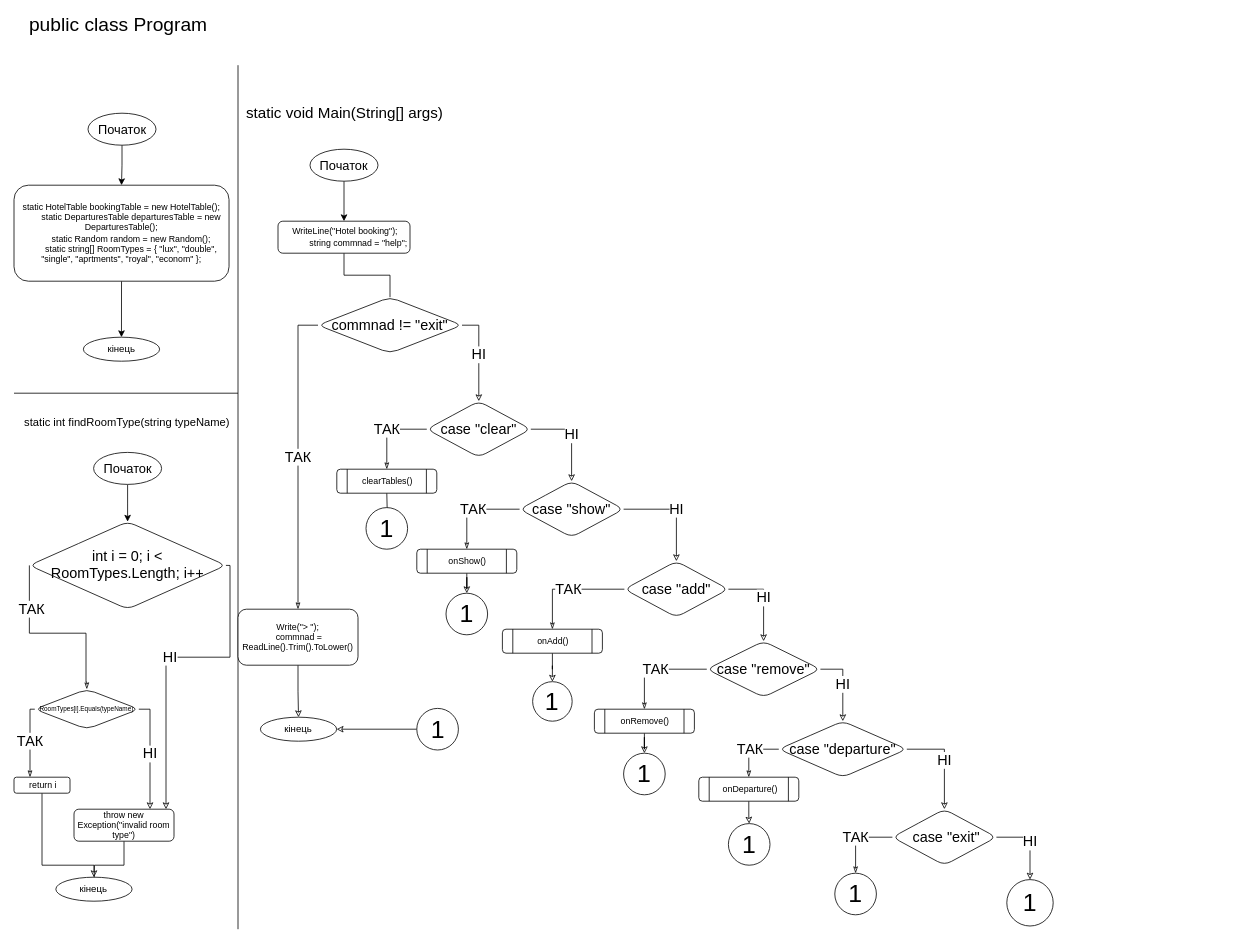
Before: asd_2 term/laba_7/laba7.drawio in IKatiaI/ads-nahorna-kp13, a draw.io diagram. Source tidied: cells renumbered, new cells numbered last; positions are measured from the earlier drawing's top-left corner, leaving out a move shared by most shapes. Both pictures are drawn from the tidied source at 80%, with x=0, y=0 at pixel (14, 17).
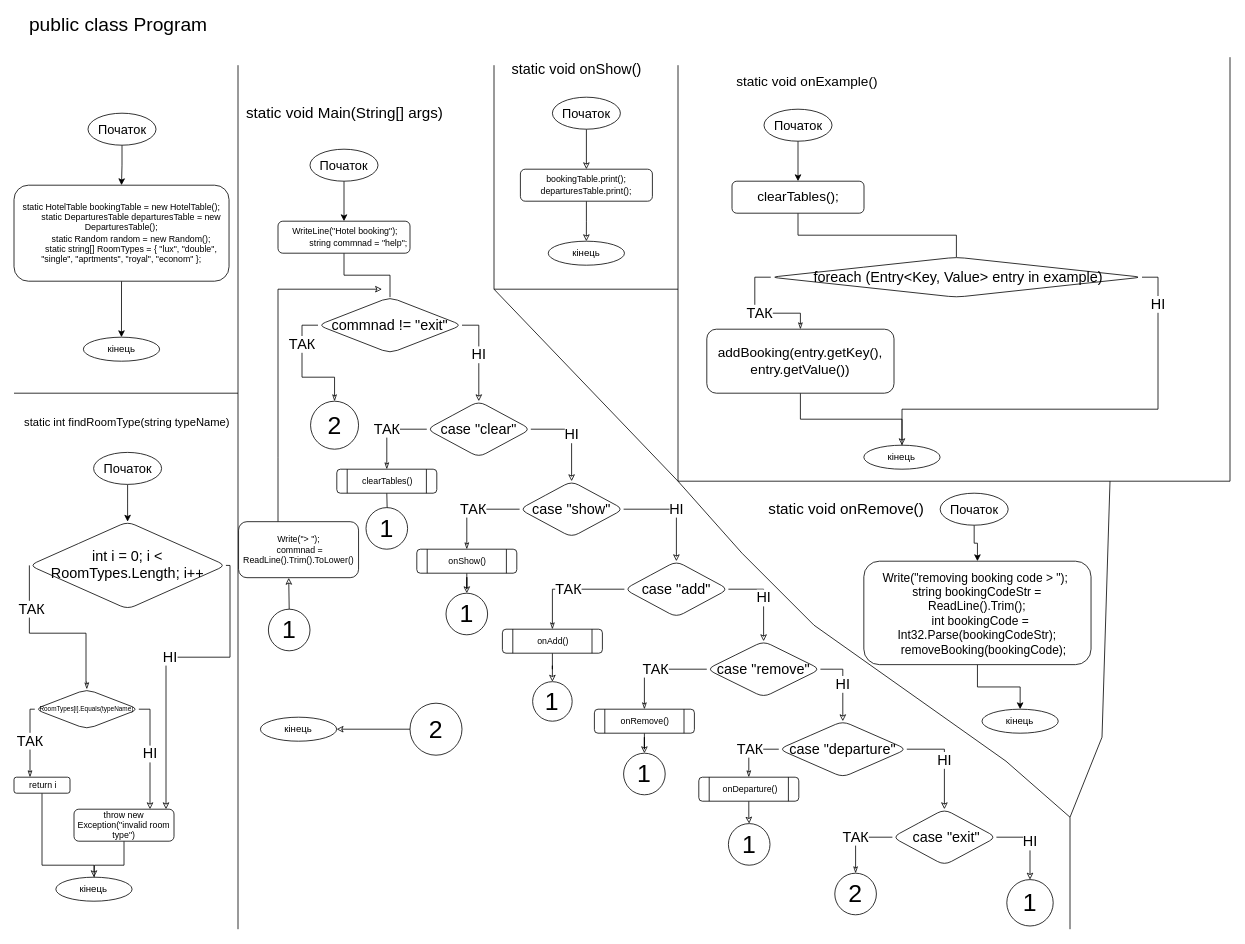
After the change.

Unchanged cells that the change refers to:
```xml
<mxCell id="16" value="commnad != &quot;exit&quot;" style="rhombus;whiteSpace=wrap;html=1;rounded=1;sketch=0;fontFamily=Helvetica;fontSize=18;fontColor=default;strokeColor=default;fillColor=default;" parent="1" vertex="1">
  <mxGeometry x="380" y="350" width="180" height="70" as="geometry" />
</mxCell>
<mxCell id="53" value="кінець" style="ellipse;whiteSpace=wrap;html=1;rounded=1;sketch=0;fontSize=12;" parent="1" vertex="1">
  <mxGeometry x="308" y="875" width="95.3" height="30" as="geometry" />
</mxCell>
```

Change to the diagram source:
```diff
@@
-    <mxCell id="14" value="ТАК" style="edgeStyle=orthogonalEdgeStyle;rounded=0;jettySize=auto;html=1;exitX=0;exitY=0.5;exitDx=0;exitDy=0;fontFamily=Helvetica;fontSize=18;fontColor=default;endArrow=classicThin;endFill=0;strokeWidth=1;" parent="1" edge="1" source="16" target="52">
-      <mxGeometry relative="1" as="geometry" />
+    <mxCell id="14" value="ТАК" style="edgeStyle=orthogonalEdgeStyle;rounded=0;jettySize=auto;html=1;exitX=0;exitY=0.5;exitDx=0;exitDy=0;fontFamily=Helvetica;fontSize=18;fontColor=default;endArrow=classicThin;endFill=0;strokeWidth=1;" parent="1" edge="1" source="16" target="99">
+      <mxGeometry x="-0.42" relative="1" as="geometry">
+        <mxPoint y="-1" as="offset" />
+      </mxGeometry>
     </mxCell>
@@
-    <mxCell id="35" value="&lt;font style=&quot;font-size: 31px&quot;&gt;1&lt;/font&gt;" style="ellipse;whiteSpace=wrap;html=1;rounded=1;sketch=0;fontFamily=Helvetica;fontSize=16;fontColor=default;strokeColor=default;fillColor=default;" parent="1" vertex="1">
+    <mxCell id="35" value="&lt;font style=&quot;font-size: 31px&quot;&gt;2&lt;/font&gt;" style="ellipse;whiteSpace=wrap;html=1;rounded=1;sketch=0;fontFamily=Helvetica;fontSize=16;fontColor=default;strokeColor=default;fillColor=default;" parent="1" vertex="1">
       <mxGeometry x="1026" y="1070" width="52" height="52" as="geometry" />
     </mxCell>
@@
-    <mxCell id="51" style="edgeStyle=orthogonalEdgeStyle;rounded=0;jettySize=auto;html=1;exitX=0.5;exitY=1;exitDx=0;exitDy=0;fontSize=11;endArrow=classic;endFill=0;" parent="1" edge="1" source="52" target="53">
-      <mxGeometry relative="1" as="geometry" />
-    </mxCell>
+    <mxCell id="72" style="edgeStyle=orthogonalEdgeStyle;rounded=0;jettySize=auto;html=1;fontSize=17;endArrow=classic;endFill=0;" parent="1" edge="1" source="52">
+      <mxGeometry relative="1" as="geometry">
+        <mxPoint x="460" y="340" as="targetPoint" />
+        <Array as="points">
+          <mxPoint x="330" y="550" />
+          <mxPoint x="330" y="550" />
+        </Array>
+      </mxGeometry>
+    </mxCell>
     <mxCell id="52" value="&lt;div&gt;Write(&quot;&amp;gt; &quot;);&lt;/div&gt;&lt;div style=&quot;&quot;&gt;&amp;nbsp;commnad = ReadLine().Trim().ToLower()&lt;/div&gt;" style="rounded=1;whiteSpace=wrap;html=1;fontSize=11;" parent="1" vertex="1">
-      <mxGeometry x="280" y="740" width="150" height="70" as="geometry" />
+      <mxGeometry x="280.7" y="630.6" width="150" height="70" as="geometry" />
     </mxCell>
@@
-    <mxCell id="54" style="edgeStyle=orthogonalEdgeStyle;rounded=0;jettySize=auto;html=1;exitX=0;exitY=0.5;exitDx=0;exitDy=0;fontSize=11;endArrow=classic;endFill=0;" parent="1" edge="1" source="55" target="53">
-      <mxGeometry relative="1" as="geometry" />
-    </mxCell>
+    <mxCell id="73" style="edgeStyle=orthogonalEdgeStyle;rounded=0;jettySize=auto;html=1;exitX=0.5;exitY=0;exitDx=0;exitDy=0;entryX=0.418;entryY=1.003;entryDx=0;entryDy=0;entryPerimeter=0;fontSize=17;endArrow=classic;endFill=0;" parent="1" edge="1" source="55" target="52">
+      <mxGeometry relative="1" as="geometry" />
+    </mxCell>
     <mxCell id="55" value="&lt;font style=&quot;font-size: 31px&quot;&gt;1&lt;/font&gt;" style="ellipse;whiteSpace=wrap;html=1;rounded=1;sketch=0;fontFamily=Helvetica;fontSize=16;fontColor=default;strokeColor=default;fillColor=default;" parent="1" vertex="1">
-      <mxGeometry x="503.5" y="864" width="52" height="52" as="geometry" />
+      <mxGeometry x="318" y="740" width="52" height="52" as="geometry" />
     </mxCell>
@@
+    <mxCell id="74" style="endArrow=none;html=1;rounded=0;fontSize=19;" parent="1" edge="1">
+      <mxGeometry relative="1" as="geometry">
+        <mxPoint x="830" y="580" as="sourcePoint" />
+        <mxPoint x="600" y="60" as="targetPoint" />
+        <Array as="points">
+          <mxPoint x="600" y="340" />
+        </Array>
+      </mxGeometry>
+    </mxCell>
+    <mxCell id="75" style="edgeStyle=orthogonalEdgeStyle;rounded=0;jettySize=auto;html=1;exitX=0.5;exitY=1;exitDx=0;exitDy=0;fontSize=24;entryX=0.5;entryY=0;entryDx=0;entryDy=0;endArrow=classic;endFill=0;" parent="1" edge="1" source="76" target="78">
+      <mxGeometry relative="1" as="geometry" />
+    </mxCell>
+    <mxCell id="76" value="Початок" style="ellipse;whiteSpace=wrap;html=1;fontSize=16;strokeWidth=1;rounded=1;" parent="1" vertex="1">
+      <mxGeometry x="673" y="100" width="85" height="40" as="geometry" />
+    </mxCell>
+    <mxCell id="77" style="edgeStyle=orthogonalEdgeStyle;rounded=0;jettySize=auto;html=1;exitX=0.5;exitY=1;exitDx=0;exitDy=0;entryX=0.5;entryY=0;entryDx=0;entryDy=0;strokeWidth=1;fontSize=8;endArrow=classic;endFill=0;" parent="1" edge="1" source="78" target="79">
+      <mxGeometry relative="1" as="geometry" />
+    </mxCell>
+    <mxCell id="78" value="&lt;div style=&quot;font-size: 11px;&quot;&gt;bookingTable.print();&lt;/div&gt;&lt;div style=&quot;font-size: 11px;&quot;&gt;departuresTable.print();&lt;/div&gt;" style="rounded=1;whiteSpace=wrap;html=1;sketch=0;fontSize=11;" parent="1" vertex="1">
+      <mxGeometry x="633" y="190" width="165" height="40" as="geometry" />
+    </mxCell>
+    <mxCell id="79" value="кінець" style="ellipse;whiteSpace=wrap;html=1;rounded=1;sketch=0;fontSize=12;" parent="1" vertex="1">
+      <mxGeometry x="667.8" y="280" width="95.3" height="30" as="geometry" />
+    </mxCell>
+    <mxCell id="80" style="endArrow=none;html=1;rounded=0;fontSize=19;" parent="1" edge="1">
+      <mxGeometry relative="1" as="geometry">
+        <mxPoint x="600" y="340" as="sourcePoint" />
+        <mxPoint x="830" y="340" as="targetPoint" />
+      </mxGeometry>
+    </mxCell>
+    <mxCell id="81" style="endArrow=none;html=1;rounded=0;fontSize=19;" parent="1" edge="1">
+      <mxGeometry relative="1" as="geometry">
+        <mxPoint x="830" y="60" as="sourcePoint" />
+        <mxPoint x="830" y="580" as="targetPoint" />
+      </mxGeometry>
+    </mxCell>
+    <mxCell id="82" value="&lt;font style=&quot;font-size: 18px;&quot;&gt;static void onShow()&lt;/font&gt;" style="text;html=1;align=center;verticalAlign=middle;strokeColor=none;fillColor=none;fontSize=19;" parent="1" vertex="1">
+      <mxGeometry x="613.2" y="50" width="180" height="30" as="geometry" />
+    </mxCell>
+    <mxCell id="83" style="edgeStyle=orthogonalEdgeStyle;rounded=0;jettySize=auto;html=1;exitX=0.5;exitY=1;exitDx=0;exitDy=0;fontSize=24;entryX=0.5;entryY=0;entryDx=0;entryDy=0;" parent="1" edge="1" source="84" target="86">
+      <mxGeometry relative="1" as="geometry" />
+    </mxCell>
+    <mxCell id="84" value="Початок" style="ellipse;whiteSpace=wrap;html=1;fontSize=16;strokeWidth=1;" parent="1" vertex="1">
+      <mxGeometry x="937.5" y="115" width="85" height="40" as="geometry" />
+    </mxCell>
+    <mxCell id="85" style="edgeStyle=orthogonalEdgeStyle;rounded=0;jettySize=auto;html=1;exitX=0.5;exitY=1;exitDx=0;exitDy=0;fontSize=11;endArrow=none;endFill=0;entryX=0.5;entryY=0;entryDx=0;entryDy=0;" parent="1" edge="1" source="86" target="90">
+      <mxGeometry relative="1" as="geometry" />
+    </mxCell>
+    <mxCell id="86" value="clearTables();" style="rounded=1;whiteSpace=wrap;html=1;sketch=0;fontSize=17;" parent="1" vertex="1">
+      <mxGeometry x="897.5" y="205" width="165" height="40" as="geometry" />
+    </mxCell>
+    <mxCell id="87" value="&lt;font style=&quot;font-size: 17px;&quot;&gt;static void onExample()&lt;/font&gt;" style="text;html=1;align=center;verticalAlign=middle;strokeColor=none;fillColor=none;fontSize=19;" parent="1" vertex="1">
+      <mxGeometry x="896" y="65" width="190" height="30" as="geometry" />
+    </mxCell>
+    <mxCell id="88" value="ТАК" style="edgeStyle=orthogonalEdgeStyle;rounded=0;jettySize=auto;html=1;exitX=0;exitY=0.5;exitDx=0;exitDy=0;fontFamily=Helvetica;fontSize=18;fontColor=default;endArrow=classicThin;endFill=0;strokeWidth=1;" parent="1" edge="1" source="90" target="92">
+      <mxGeometry relative="1" as="geometry" />
+    </mxCell>
+    <mxCell id="89" value="НІ" style="edgeStyle=orthogonalEdgeStyle;rounded=0;jettySize=auto;html=1;exitX=1;exitY=0.5;exitDx=0;exitDy=0;fontFamily=Helvetica;fontSize=18;fontColor=default;endArrow=classic;endFill=0;strokeWidth=1;" parent="1" edge="1" source="90">
+      <mxGeometry x="-0.81" relative="1" as="geometry">
+        <mxPoint x="1110" y="550" as="targetPoint" />
+        <Array as="points">
+          <mxPoint x="1430" y="325" />
+          <mxPoint x="1430" y="490" />
+          <mxPoint x="1110" y="490" />
+        </Array>
+      </mxGeometry>
+    </mxCell>
+    <mxCell id="90" value="&amp;nbsp;foreach (Entry&amp;lt;Key, Value&amp;gt; entry in example)" style="rhombus;whiteSpace=wrap;html=1;rounded=1;sketch=0;fontFamily=Helvetica;fontSize=18;fontColor=default;strokeColor=default;fillColor=default;" parent="1" vertex="1">
+      <mxGeometry x="946" y="300" width="464" height="50" as="geometry" />
+    </mxCell>
+    <mxCell id="91" style="edgeStyle=orthogonalEdgeStyle;rounded=0;jettySize=auto;html=1;exitX=0.5;exitY=1;exitDx=0;exitDy=0;fontSize=17;endArrow=classic;endFill=0;" parent="1" edge="1" source="92" target="93">
+      <mxGeometry relative="1" as="geometry" />
+    </mxCell>
+    <mxCell id="92" value="addBooking(entry.getKey(), entry.getValue())" style="rounded=1;whiteSpace=wrap;html=1;fontSize=17;" parent="1" vertex="1">
+      <mxGeometry x="866" y="390" width="234" height="80" as="geometry" />
+    </mxCell>
+    <mxCell id="93" value="кінець" style="ellipse;whiteSpace=wrap;html=1;rounded=1;sketch=0;fontSize=12;" parent="1" vertex="1">
+      <mxGeometry x="1062.3" y="535" width="95.3" height="30" as="geometry" />
+    </mxCell>
+    <mxCell id="94" style="endArrow=none;html=1;rounded=0;fontSize=19;" parent="1" edge="1">
+      <mxGeometry relative="1" as="geometry">
+        <mxPoint x="830" y="580" as="sourcePoint" />
+        <mxPoint x="1320" y="1140" as="targetPoint" />
+        <Array as="points">
+          <mxPoint x="910" y="670" />
+          <mxPoint x="1000" y="760" />
+          <mxPoint x="1240" y="930" />
+          <mxPoint x="1320" y="1000" />
+        </Array>
+      </mxGeometry>
+    </mxCell>
+    <mxCell id="95" style="endArrow=none;html=1;rounded=0;fontSize=19;" parent="1" edge="1">
+      <mxGeometry relative="1" as="geometry">
+        <mxPoint x="830" y="580" as="sourcePoint" />
+        <mxPoint x="1520" y="580" as="targetPoint" />
+      </mxGeometry>
+    </mxCell>
+    <mxCell id="96" style="endArrow=none;html=1;rounded=0;fontSize=19;" parent="1" edge="1">
+      <mxGeometry relative="1" as="geometry">
+        <mxPoint x="1520" y="580" as="sourcePoint" />
+        <mxPoint x="1520" y="50" as="targetPoint" />
+      </mxGeometry>
+    </mxCell>
+    <mxCell id="97" style="edgeStyle=orthogonalEdgeStyle;rounded=0;jettySize=auto;html=1;exitX=0;exitY=0.5;exitDx=0;exitDy=0;entryX=1;entryY=0.5;entryDx=0;entryDy=0;fontSize=17;endArrow=classic;endFill=0;" parent="1" edge="1" source="98" target="53">
+      <mxGeometry relative="1" as="geometry" />
+    </mxCell>
+    <mxCell id="98" value="&lt;font style=&quot;font-size: 31px&quot;&gt;2&lt;/font&gt;" style="ellipse;whiteSpace=wrap;html=1;rounded=1;sketch=0;fontFamily=Helvetica;fontSize=16;fontColor=default;strokeColor=default;fillColor=default;" parent="1" vertex="1">
+      <mxGeometry x="495" y="857.5" width="65" height="65" as="geometry" />
+    </mxCell>
+    <mxCell id="99" value="&lt;font style=&quot;font-size: 31px&quot;&gt;2&lt;/font&gt;" style="ellipse;whiteSpace=wrap;html=1;rounded=1;sketch=0;fontFamily=Helvetica;fontSize=16;fontColor=default;strokeColor=default;fillColor=default;" parent="1" vertex="1">
+      <mxGeometry x="370.7" y="480" width="60" height="60" as="geometry" />
+    </mxCell>
+    <mxCell id="100" style="edgeStyle=orthogonalEdgeStyle;rounded=0;jettySize=auto;html=1;exitX=0.5;exitY=1;exitDx=0;exitDy=0;fontSize=24;entryX=0.5;entryY=0;entryDx=0;entryDy=0;" parent="1" edge="1" source="101" target="103">
+      <mxGeometry relative="1" as="geometry" />
+    </mxCell>
+    <mxCell id="101" value="Початок" style="ellipse;whiteSpace=wrap;html=1;fontSize=16;strokeWidth=1;" parent="1" vertex="1">
+      <mxGeometry x="1157.7" y="595" width="85" height="40" as="geometry" />
+    </mxCell>
+    <mxCell id="102" style="edgeStyle=orthogonalEdgeStyle;rounded=0;jettySize=auto;html=1;exitX=0.5;exitY=1;exitDx=0;exitDy=0;entryX=0.5;entryY=0;entryDx=0;entryDy=0;strokeWidth=1;fontSize=19;" parent="1" edge="1" source="103" target="104">
+      <mxGeometry relative="1" as="geometry" />
+    </mxCell>
+    <mxCell id="103" value="Write(&quot;removing booking code &amp;gt; &quot;);&amp;nbsp;&lt;br style=&quot;font-size: 15px;&quot;&gt;string bookingCodeStr = ReadLine().Trim();&lt;br style=&quot;font-size: 15px;&quot;&gt;&amp;nbsp; int bookingCode = Int32.Parse(bookingCodeStr);&lt;br style=&quot;font-size: 15px;&quot;&gt;&amp;nbsp; &amp;nbsp; removeBooking(bookingCode);" style="rounded=1;whiteSpace=wrap;html=1;sketch=0;fontSize=15;" parent="1" vertex="1">
+      <mxGeometry x="1062.3" y="680" width="284" height="129.3" as="geometry" />
+    </mxCell>
+    <mxCell id="104" value="кінець" style="ellipse;whiteSpace=wrap;html=1;rounded=1;sketch=0;fontSize=12;" parent="1" vertex="1">
+      <mxGeometry x="1210" y="865" width="95.3" height="30" as="geometry" />
+    </mxCell>
+    <mxCell id="105" value="static void onRemove()" style="text;html=1;align=center;verticalAlign=middle;strokeColor=none;fillColor=none;fontSize=19;" parent="1" vertex="1">
+      <mxGeometry x="935" y="600.7" width="210" height="30" as="geometry" />
+    </mxCell>
+    <mxCell id="106" style="endArrow=none;html=1;rounded=0;fontSize=19;" parent="1" edge="1">
+      <mxGeometry relative="1" as="geometry">
+        <mxPoint x="1320" y="1000" as="sourcePoint" />
+        <mxPoint x="1370" y="580" as="targetPoint" />
+        <Array as="points">
+          <mxPoint x="1360" y="900" />
+        </Array>
+      </mxGeometry>
+    </mxCell>
```
